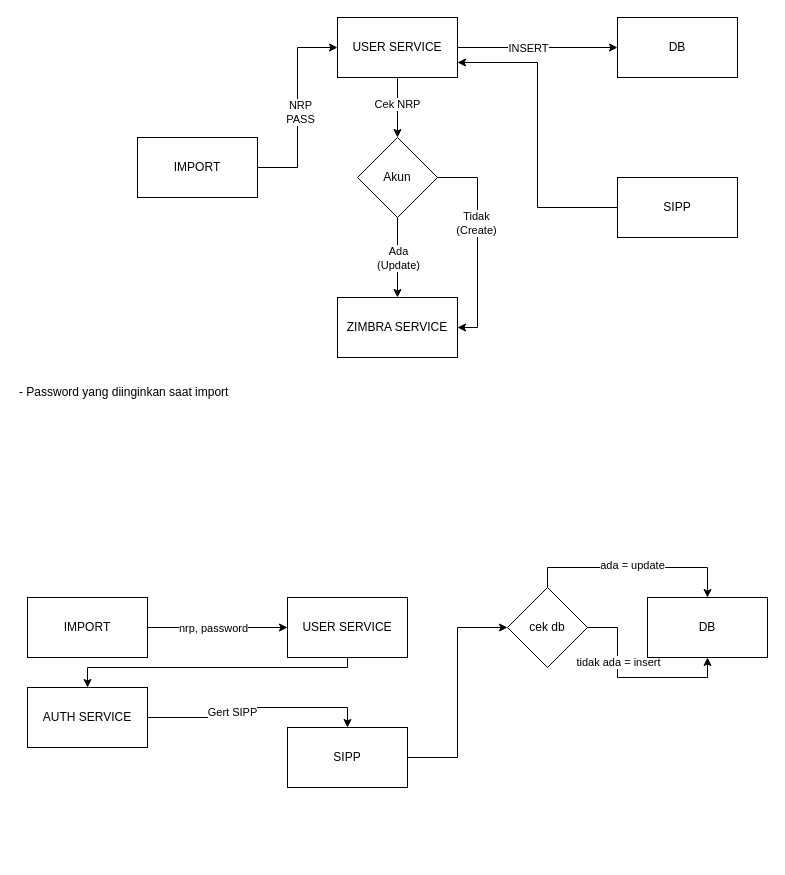
fsdio/draw.io.dev keeps this draw.io diagram as page "Page-9" (9 of 9) of admin_polri.drawio. Above is the earlier version. Source tidied: cells renumbered, new cells numbered last; positions are measured from the earlier drawing's top-left corner, leaving out a move shared by most shapes. Both pictures are drawn from the tidied source at 100%, with x=0, y=0 at pixel (17, 17).
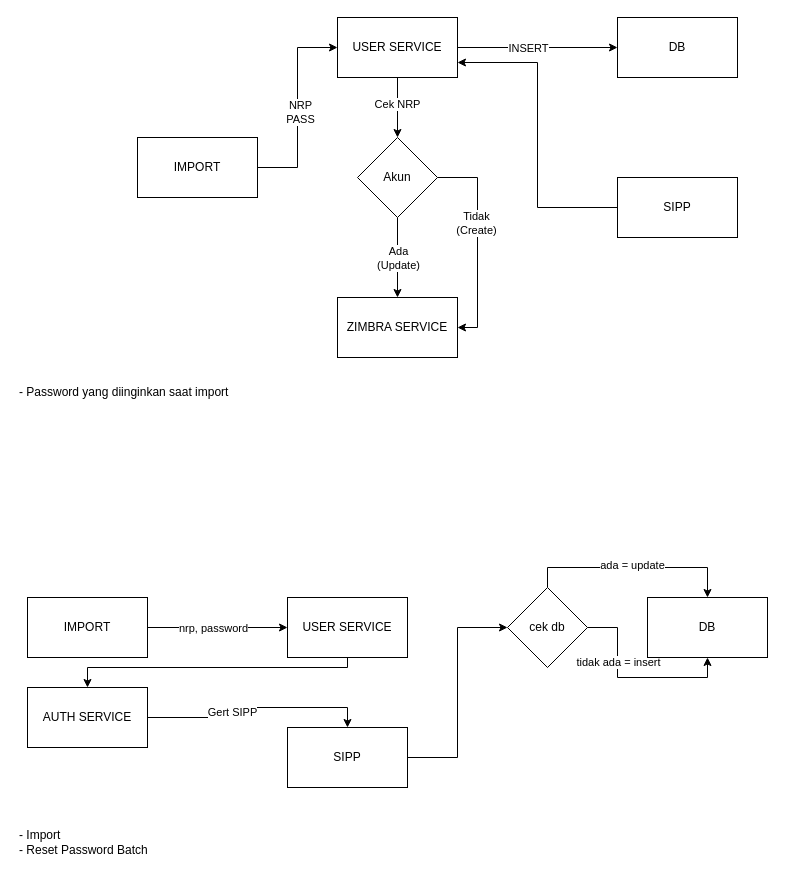
After the change.

What changed in the source:
```diff
@@
+    <mxCell id="36" value="- Import&lt;div&gt;- Reset Password&amp;nbsp;Batch&lt;/div&gt;" style="text;html=1;whiteSpace=wrap;strokeColor=none;fillColor=none;align=left;verticalAlign=middle;rounded=0;" parent="1" vertex="1">
+      <mxGeometry y="810" width="440" height="30" as="geometry" />
+    </mxCell>
```
